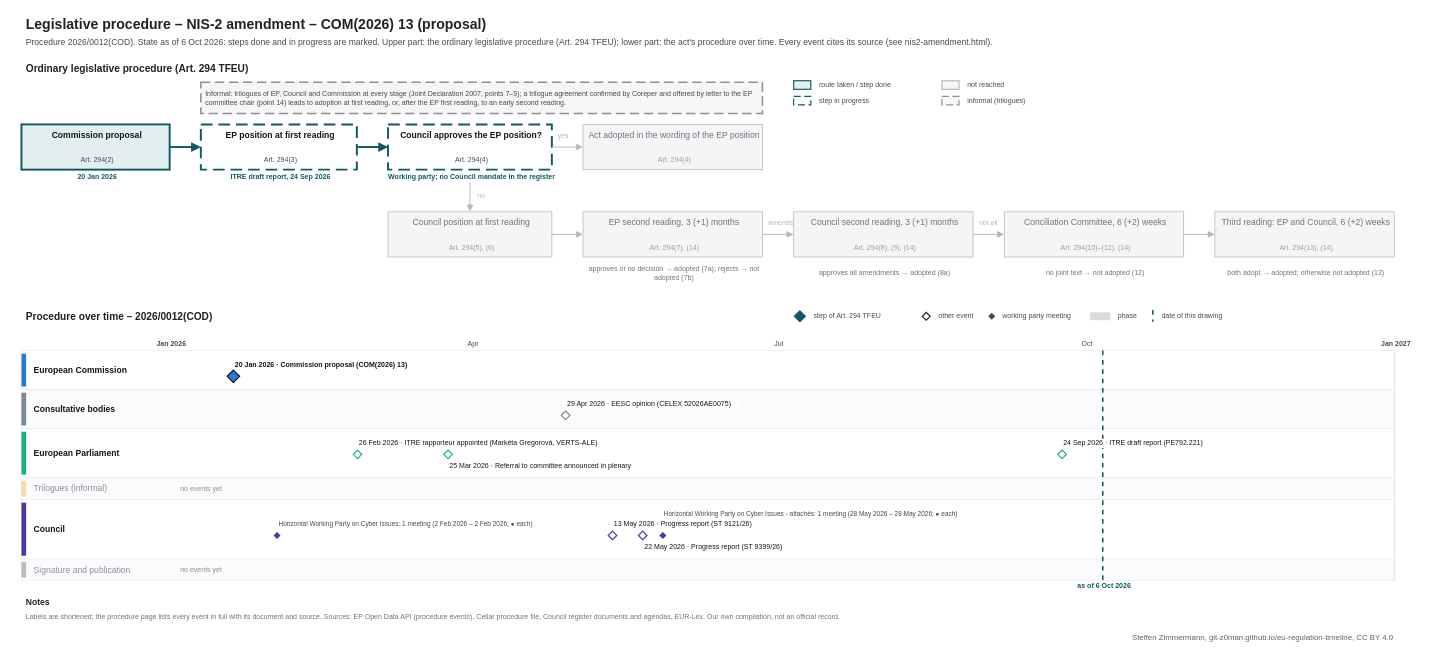
The draw.io diagram procedures/nis2-amendment.drawio in git-z0man/eu-regulation-timeline, before the edit. Source tidied: cells renumbered, new cells numbered last; positions are measured from the earlier drawing's top-left corner, leaving out a move shared by most shapes. Both pictures are drawn from the tidied source at 78%, with x=0, y=0 at pixel (13, 13).
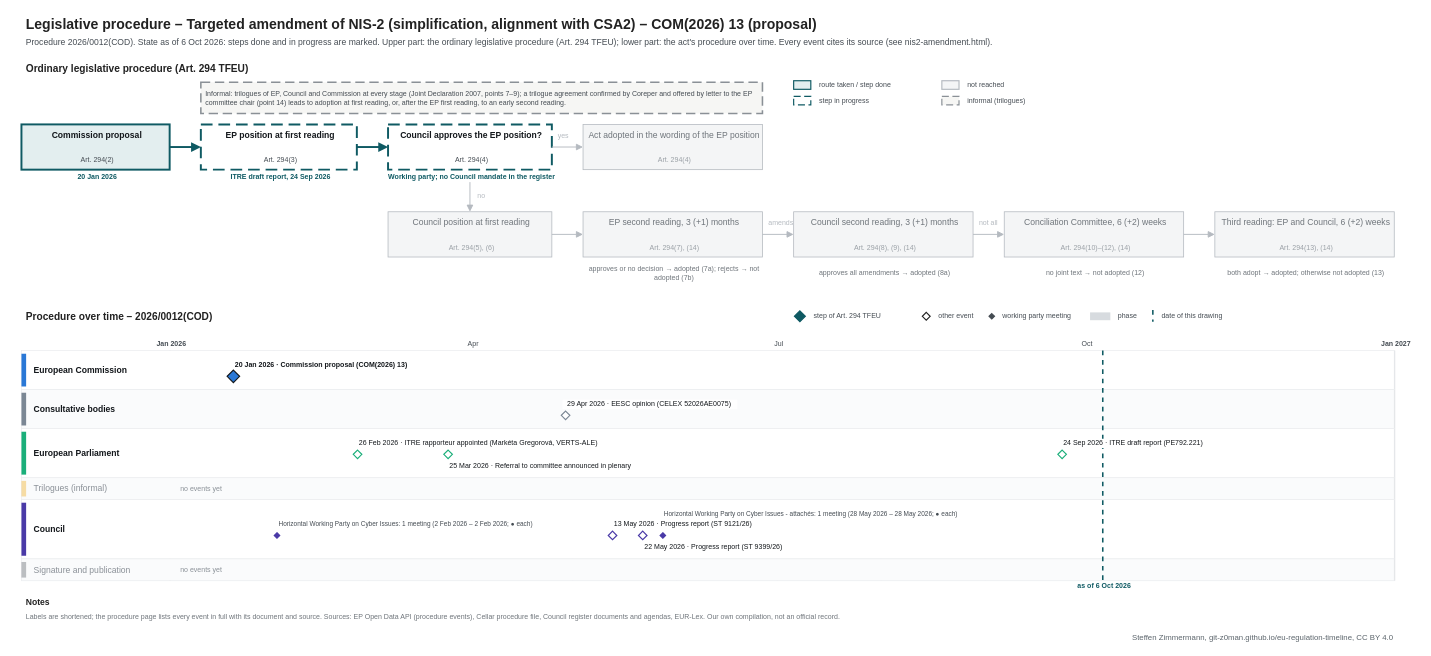
The same diagram, later.

The edit, as a diff of the source:
```diff
@@
-    <mxCell id="2" value="Legislative procedure – NIS-2 amendment – COM(2026) 13 (proposal)" style="text;html=1;fontSize=18;fontColor=#222222;align=left;verticalAlign=middle;spacingLeft=4;fontStyle=1;" parent="1" vertex="1">
+    <mxCell id="2" value="Legislative procedure – Targeted amendment of NIS-2 (simplification, alignment with CSA2) – COM(2026) 13 (proposal)" style="text;html=1;fontSize=18;fontColor=#222222;align=left;verticalAlign=middle;spacingLeft=4;fontStyle=1;" parent="1" vertex="1">
       <mxGeometry x="10" width="1600" height="28" as="geometry" />
     </mxCell>
```
